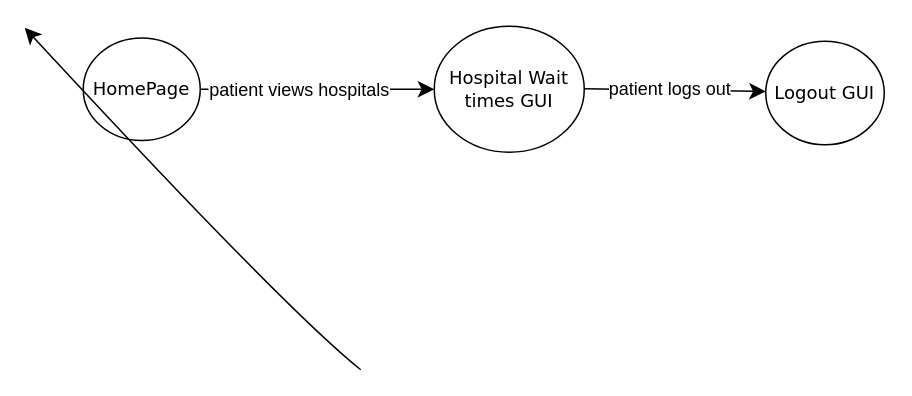
Earlier version of the draw.io diagram EliorWork/drawios/PatientLogin_SMD.drawio (SENG-350-2024-fall/Team9). Source tidied: cells renumbered, new cells numbered last; positions are measured from the earlier drawing's top-left corner, leaving out a move shared by most shapes. Both pictures are drawn from the tidied source at 150%, with x=0, y=0 at pixel (24, 26).
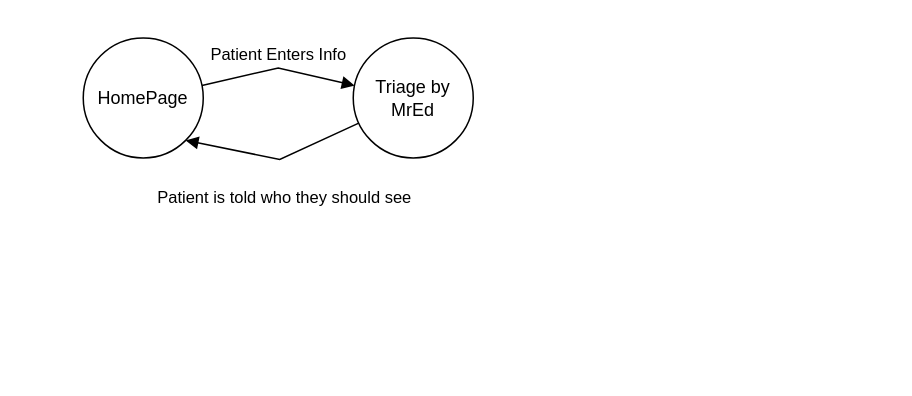
After the change.

Diff of the diagram source:
```diff
@@
 <mxGraphModel>
   <root>
     <mxCell id="0" />
     <mxCell id="1" parent="0" />
-    <mxCell id="2" style="edgeStyle=none;curved=1;rounded=0;jettySize=auto;html=1;fontSize=12;startSize=8;endSize=8;entryX=0;entryY=0.5;entryDx=0;entryDy=0;" parent="1" edge="1" source="4" target="8">
-      <mxGeometry relative="1" as="geometry" />
-    </mxCell>
-    <mxCell id="3" value="patient views hospitals" style="edgeLabel;html=1;align=center;verticalAlign=middle;fontSize=12;" parent="2" vertex="1">
-      <mxGeometry x="-0.15" y="-4" relative="1" as="geometry">
-        <mxPoint x="-1" y="-4" as="offset" />
-      </mxGeometry>
-    </mxCell>
-    <mxCell id="4" value="HomePage" style="rounded=1;whiteSpace=wrap;html=1;arcSize=24;shadow=0;comic=0;labelBackgroundColor=none;fontFamily=Verdana;fontSize=12;align=center;shape=ellipse;perimeter=ellipsePerimeter;" parent="1" vertex="1">
-      <mxGeometry x="39" y="7.8" width="78" height="68.4" as="geometry" />
+    <mxCell id="4" value="HomePage" style="ellipse;whiteSpace=wrap;html=1;" parent="1" vertex="1">
+      <mxGeometry x="39" y="7.8" width="80" height="80" as="geometry" />
     </mxCell>
-    <mxCell id="5" style="edgeStyle=none;orthogonalLoop=1;jettySize=auto;html=1;rounded=0;fontSize=12;startSize=8;endSize=8;curved=1;exitX=1;exitY=0;exitDx=0;exitDy=0;entryX=0.5;entryY=1;entryDx=0;entryDy=0;" parent="1" edge="1">
-      <mxGeometry relative="1" as="geometry">
-        <mxPoint x="224" y="229" as="sourcePoint" />
-        <mxPoint y="1" as="targetPoint" />
-        <Array as="points">
-          <mxPoint x="174" y="189" />
-        </Array>
-      </mxGeometry>
-    </mxCell>
-    <mxCell id="6" style="rounded=0;orthogonalLoop=1;jettySize=auto;html=1;fontSize=12;startSize=8;endSize=8;entryX=0;entryY=0.5;entryDx=0;entryDy=0;" parent="1" edge="1">
-      <mxGeometry x="0.04" y="2" relative="1" as="geometry">
-        <mxPoint x="373" y="41.6" as="sourcePoint" />
-        <mxPoint x="494" y="43.5" as="targetPoint" />
-      </mxGeometry>
-    </mxCell>
-    <mxCell id="7" value="&lt;span style=&quot;font-size: 12px;&quot;&gt;patient logs out&lt;/span&gt;" style="edgeLabel;html=1;align=center;verticalAlign=middle;" parent="6" vertex="1">
-      <mxGeometry x="-0.07" y="2" relative="1" as="geometry">
-        <mxPoint y="1" as="offset" />
-      </mxGeometry>
-    </mxCell>
-    <mxCell id="8" value="Hospital Wait times GUI" style="rounded=1;whiteSpace=wrap;html=1;arcSize=24;shadow=0;comic=0;labelBackgroundColor=none;fontFamily=Verdana;fontSize=12;align=center;shape=ellipse;perimeter=ellipsePerimeter;" parent="1" vertex="1">
-      <mxGeometry x="273" width="100" height="84" as="geometry" />
-    </mxCell>
-    <mxCell id="9" value="Logout GUI" style="rounded=1;whiteSpace=wrap;html=1;arcSize=24;shadow=0;comic=0;labelBackgroundColor=none;fontFamily=Verdana;fontSize=12;align=center;shape=ellipse;perimeter=ellipsePerimeter;" parent="1" vertex="1">
-      <mxGeometry x="494" y="10" width="79" height="69" as="geometry" />
-    </mxCell>
+    <mxCell id="10" value="Triage by MrEd" style="ellipse;whiteSpace=wrap;html=1;" parent="1" vertex="1">
+      <mxGeometry x="219" y="7.8" width="80" height="80" as="geometry" />
+    </mxCell>
+    <mxCell id="11" value="Patient Enters Info" style="html=1;verticalAlign=bottom;endArrow=block;curved=0;rounded=0;" parent="1" edge="1" source="4" target="10">
+      <mxGeometry relative="1" as="geometry">
+        <Array as="points">
+          <mxPoint x="169" y="27.8" />
+        </Array>
+      </mxGeometry>
+    </mxCell>
+    <mxCell id="12" value="Patient is told who they should see" style="html=1;verticalAlign=bottom;endArrow=block;curved=0;rounded=0;entryX=1;entryY=1;entryDx=0;entryDy=0;" parent="1" edge="1" source="10" target="4">
+      <mxGeometry x="-0.05" y="34" relative="1" as="geometry">
+        <Array as="points">
+          <mxPoint x="170" y="88.8" />
+        </Array>
+        <mxPoint x="10" y="1" as="offset" />
+      </mxGeometry>
+    </mxCell>
   </root>
 </mxGraphModel>
```
